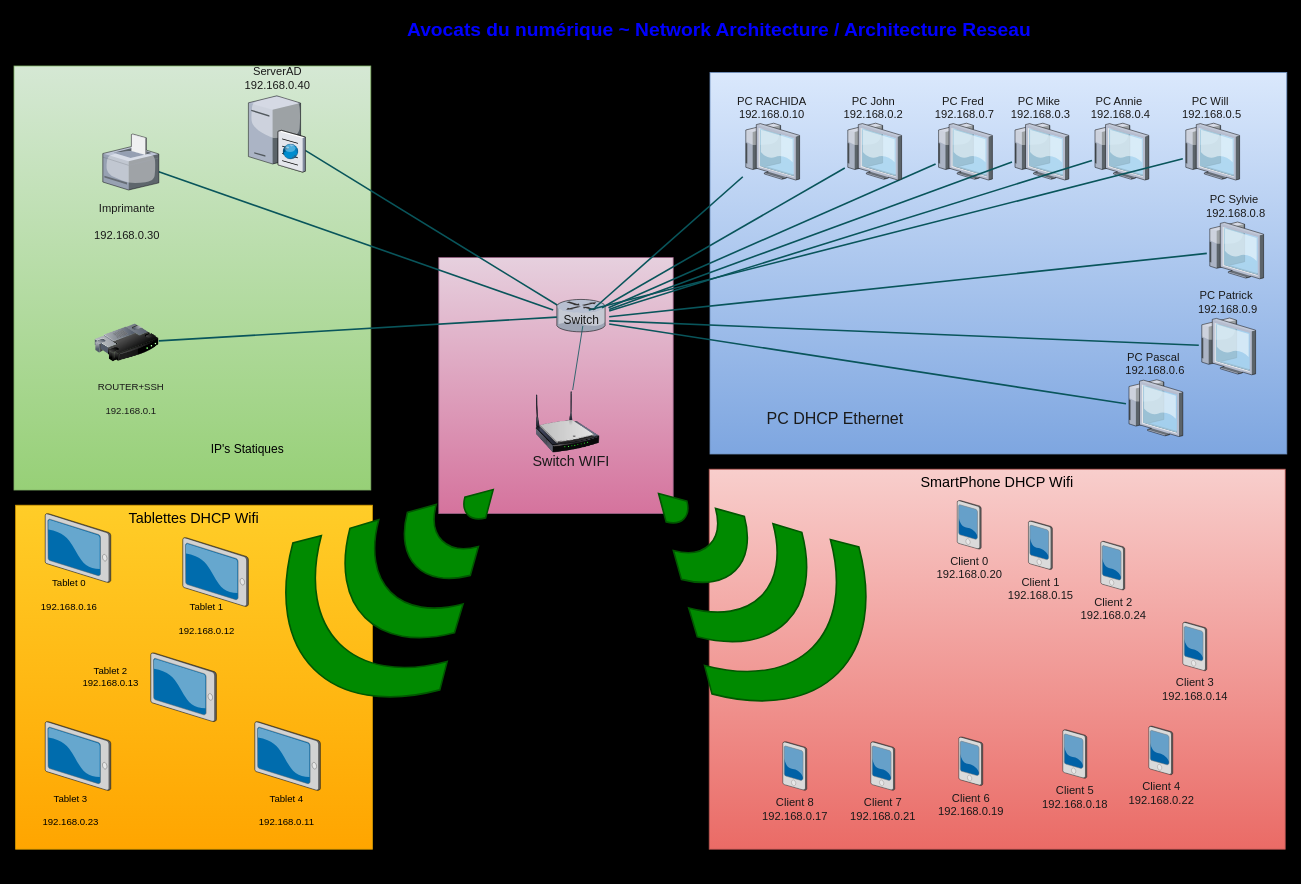
Before: Diagramme sans nom.drawio in OCR-GRLD/OCR-GRLD, a draw.io diagram. Source tidied: cells renumbered, new cells numbered last; positions are measured from the earlier drawing's top-left corner, leaving out a move shared by most shapes. Both pictures are drawn from the tidied source at 80%, with x=0, y=0 at pixel (14, 14).
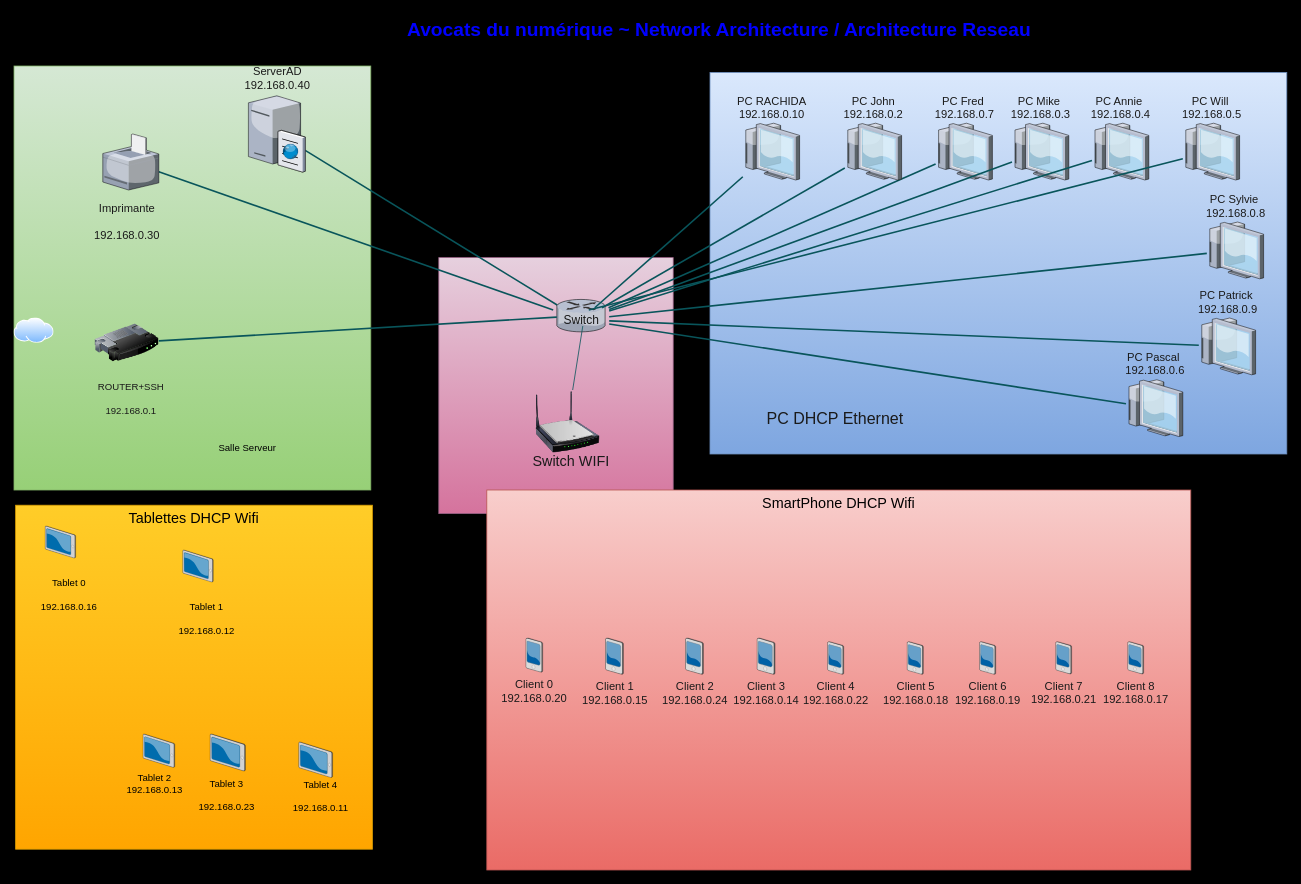
Above is the later version.

Commit message:
Mettre à jour Diagramme sans nom_01.drawio

Diff of the diagram source:
```diff
@@
     <mxCell id="5" value="&lt;font style=&quot;font-size: 18px;&quot;&gt;SmartPhone DHCP Wifi&lt;/font&gt;" style="whiteSpace=wrap;html=1;fontSize=14;verticalAlign=top;labelBackgroundColor=none;rounded=0;fillColor=#f8cecc;strokeColor=#b85450;gradientColor=#ea6b66;" parent="1" vertex="1">
-      <mxGeometry x="869" y="569" width="720" height="475" as="geometry" />
+      <mxGeometry x="591" y="595" width="880" height="475" as="geometry" />
     </mxCell>
@@
     <mxCell id="26" value="&lt;div&gt;Client 6&lt;/div&gt;&lt;div&gt;192.168.0.19&lt;/div&gt;" style="verticalLabelPosition=bottom;html=1;verticalAlign=top;strokeColor=none;shape=mxgraph.citrix.pda;fontSize=14;labelBackgroundColor=none;rounded=0;fillColor=#FAD9D5;fontColor=#1A1A1A;" parent="1" vertex="1">
-      <mxGeometry x="1181" y="903.5" width="30" height="61" as="geometry" />
+      <mxGeometry x="1207" y="784.5" width="20.2" height="41" as="geometry" />
     </mxCell>
     <mxCell id="27" value="&lt;div&gt;Client 0&lt;/div&gt;&lt;div&gt;192.168.0.20&lt;br&gt;&lt;/div&gt;" style="verticalLabelPosition=bottom;html=1;verticalAlign=top;strokeColor=none;shape=mxgraph.citrix.pda;fontSize=14;labelBackgroundColor=none;rounded=0;fillColor=#FAD9D5;fontColor=#1A1A1A;" parent="1" vertex="1">
-      <mxGeometry x="1179" y="608" width="30" height="61" as="geometry" />
+      <mxGeometry x="639.9" y="780" width="21" height="42.8" as="geometry" />
     </mxCell>
     <mxCell id="28" value="&lt;div&gt;Client 7&lt;/div&gt;&lt;div&gt;192.168.0.21&lt;/div&gt;" style="verticalLabelPosition=bottom;html=1;verticalAlign=top;strokeColor=none;shape=mxgraph.citrix.pda;fontSize=14;labelBackgroundColor=none;rounded=0;fillColor=#FAD9D5;fontColor=#1A1A1A;" parent="1" vertex="1">
-      <mxGeometry x="1071" y="909.5" width="30" height="61" as="geometry" />
+      <mxGeometry x="1302.2" y="784.5" width="19.9" height="40.5" as="geometry" />
     </mxCell>
     <mxCell id="29" value="&lt;div&gt;Client 2&lt;/div&gt;&lt;div&gt;192.168.0.24&lt;/div&gt;" style="verticalLabelPosition=bottom;html=1;verticalAlign=top;strokeColor=none;shape=mxgraph.citrix.pda;fontSize=14;labelBackgroundColor=none;rounded=0;fillColor=#FAD9D5;fontColor=#1A1A1A;" parent="1" vertex="1">
-      <mxGeometry x="1358.5" y="659" width="30" height="61" as="geometry" />
+      <mxGeometry x="839.4" y="780" width="22.4" height="45.5" as="geometry" />
     </mxCell>
     <mxCell id="30" value="&lt;div&gt;Client 4&lt;/div&gt;&lt;div&gt;192.168.0.22&lt;/div&gt;" style="verticalLabelPosition=bottom;html=1;verticalAlign=top;strokeColor=none;shape=mxgraph.citrix.pda;fontSize=14;labelBackgroundColor=none;rounded=0;fillColor=#FAD9D5;fontColor=#1A1A1A;" parent="1" vertex="1">
-      <mxGeometry x="1418.5" y="890" width="30" height="61" as="geometry" />
+      <mxGeometry x="1017" y="784.5" width="20.2" height="41" as="geometry" />
     </mxCell>
     <mxCell id="31" value="&lt;div&gt;Client 8&lt;/div&gt;&lt;div&gt;192.168.0.17&lt;/div&gt;" style="verticalLabelPosition=bottom;html=1;verticalAlign=top;strokeColor=none;shape=mxgraph.citrix.pda;fontSize=14;labelBackgroundColor=none;rounded=0;fillColor=#FAD9D5;fontColor=#1A1A1A;" parent="1" vertex="1">
-      <mxGeometry x="961" y="909.5" width="30" height="61" as="geometry" />
+      <mxGeometry x="1392.2" y="784.5" width="19.9" height="40.5" as="geometry" />
     </mxCell>
     <mxCell id="32" value="&lt;div&gt;Client 5&lt;/div&gt;&lt;div&gt;192.168.0.18&lt;/div&gt;" style="verticalLabelPosition=bottom;html=1;verticalAlign=top;strokeColor=none;shape=mxgraph.citrix.pda;fontSize=14;labelBackgroundColor=none;rounded=0;fillColor=#FAD9D5;fontColor=#1A1A1A;" parent="1" vertex="1">
-      <mxGeometry x="1311" y="894.5" width="30" height="61" as="geometry" />
+      <mxGeometry x="1116.5" y="784.5" width="20.2" height="41" as="geometry" />
     </mxCell>
     <mxCell id="33" value="&lt;div&gt;Client 1&lt;/div&gt;&lt;div&gt;192.168.0.15&lt;/div&gt;" style="verticalLabelPosition=bottom;html=1;verticalAlign=top;strokeColor=none;shape=mxgraph.citrix.pda;fontSize=14;labelBackgroundColor=none;rounded=0;fillColor=#FAD9D5;fontColor=#1A1A1A;" parent="1" vertex="1">
-      <mxGeometry x="1268" y="633.5" width="30" height="61" as="geometry" />
+      <mxGeometry x="739.4" y="780" width="22.4" height="45.5" as="geometry" />
     </mxCell>
     <mxCell id="34" value="&lt;div&gt;Client 3&lt;/div&gt;&lt;div&gt;192.168.0.14&lt;br&gt;&lt;/div&gt;" style="verticalLabelPosition=bottom;html=1;verticalAlign=top;strokeColor=none;shape=mxgraph.citrix.pda;fontSize=14;labelBackgroundColor=none;rounded=0;fillColor=#FAD9D5;fontColor=#1A1A1A;" parent="1" vertex="1">
-      <mxGeometry x="1461" y="760" width="30" height="61" as="geometry" />
+      <mxGeometry x="928.9" y="780" width="22.4" height="45.5" as="geometry" />
     </mxCell>
@@
-    <mxCell id="47" style="html=1;verticalLabelPosition=bottom;align=center;labelBackgroundColor=none;verticalAlign=top;strokeWidth=2;shadow=0;dashed=0;shape=mxgraph.ios7.icons.wifi;rotation=-225;rounded=0;fillColor=#008a00;strokeColor=#005700;fontColor=#ffffff;" parent="1" vertex="1">
-      <mxGeometry x="788" y="553" width="259.7" height="317.2" as="geometry" />
-    </mxCell>
-    <mxCell id="48" style="verticalLabelPosition=bottom;html=1;verticalAlign=top;strokeColor=none;align=center;shape=mxgraph.citrix.tablet_2;labelBackgroundColor=none;rounded=0;fillColor=#FAD9D5;fontColor=#1A1A1A;" parent="1" vertex="1">
-      <mxGeometry x="39" y="884.5" width="82" height="86" as="geometry" />
-    </mxCell>
     <mxCell id="49" style="verticalLabelPosition=bottom;html=1;verticalAlign=top;strokeColor=none;align=center;shape=mxgraph.citrix.tablet_2;labelBackgroundColor=none;rounded=0;fillColor=#FAD9D5;fontColor=#1A1A1A;" parent="1" vertex="1">
-      <mxGeometry x="211" y="654.5" width="82" height="86" as="geometry" />
+      <mxGeometry x="211" y="670" width="38.1" height="40" as="geometry" />
     </mxCell>
     <mxCell id="50" style="verticalLabelPosition=bottom;html=1;verticalAlign=top;strokeColor=none;align=center;shape=mxgraph.citrix.tablet_2;labelBackgroundColor=none;rounded=0;fillColor=#FAD9D5;fontColor=#1A1A1A;" parent="1" vertex="1">
-      <mxGeometry x="39" y="624.5" width="82" height="86" as="geometry" />
+      <mxGeometry x="39" y="640" width="38.1" height="40" as="geometry" />
     </mxCell>
-    <mxCell id="51" style="verticalLabelPosition=bottom;html=1;verticalAlign=top;strokeColor=none;align=center;shape=mxgraph.citrix.tablet_2;labelBackgroundColor=none;rounded=0;fillColor=#FAD9D5;fontColor=#1A1A1A;" parent="1" vertex="1">
-      <mxGeometry x="171" y="798.5" width="82" height="86" as="geometry" />
-    </mxCell>
-    <mxCell id="52" style="verticalLabelPosition=bottom;html=1;verticalAlign=top;strokeColor=none;align=center;shape=mxgraph.citrix.tablet_2;labelBackgroundColor=none;rounded=0;fillColor=#FAD9D5;fontColor=#1A1A1A;" parent="1" vertex="1">
-      <mxGeometry x="301" y="884.5" width="82" height="86" as="geometry" />
-    </mxCell>
-    <mxCell id="53" style="html=1;verticalLabelPosition=bottom;align=center;labelBackgroundColor=none;verticalAlign=top;strokeWidth=2;shadow=0;dashed=0;shape=mxgraph.ios7.icons.wifi;rotation=-135;rounded=0;fillColor=#008a00;strokeColor=#005700;fontColor=#ffffff;" parent="1" vertex="1">
-      <mxGeometry x="357" y="548" width="259.7" height="317.2" as="geometry" />
-    </mxCell>
@@
+    <mxCell id="61" value="Salle Serveur" style="text;html=1;strokeColor=none;fillColor=none;align=center;verticalAlign=middle;whiteSpace=wrap;rounded=0;" parent="1" vertex="1">
+      <mxGeometry x="233" y="528" width="118" height="30" as="geometry" />
+    </mxCell>
+    <mxCell id="62" style="group;" parent="1" vertex="1">
+      <mxGeometry x="241" y="900" width="50" height="90" as="geometry" />
+    </mxCell>
+    <mxCell id="48" style="verticalLabelPosition=bottom;html=1;verticalAlign=top;strokeColor=none;align=center;shape=mxgraph.citrix.tablet_2;labelBackgroundColor=none;rounded=0;fillColor=#FAD9D5;fontColor=#1A1A1A;" parent="62" vertex="1">
+      <mxGeometry x="4.2" width="44.1" height="46.2" as="geometry" />
+    </mxCell>
+    <mxCell id="59" value="&lt;div&gt;Tablet 3&lt;/div&gt;&lt;div&gt;&lt;br&gt;&lt;/div&gt;&lt;div&gt;&lt;div&gt;192.168.0.23&lt;/div&gt;&lt;/div&gt;" style="text;html=1;strokeColor=none;fillColor=none;align=center;verticalAlign=middle;whiteSpace=wrap;rounded=0;" parent="62" vertex="1">
+      <mxGeometry y="63" width="50" height="27" as="geometry" />
+    </mxCell>
+    <mxCell id="63" style="group;" parent="1" vertex="1">
+      <mxGeometry x="356" y="910" width="55" height="80" as="geometry" />
+    </mxCell>
+    <mxCell id="52" style="verticalLabelPosition=bottom;html=1;verticalAlign=top;strokeColor=none;align=center;shape=mxgraph.citrix.tablet_2;labelBackgroundColor=none;rounded=0;fillColor=#FAD9D5;fontColor=#1A1A1A;" parent="63" vertex="1">
+      <mxGeometry width="42.3" height="44.4" as="geometry" />
+    </mxCell>
+    <mxCell id="60" value="&lt;div&gt;Tablet 4&lt;/div&gt;&lt;div&gt;&lt;br&gt;&lt;/div&gt;&lt;div&gt;&lt;div&gt;192.168.0.11&lt;/div&gt;&lt;/div&gt;" style="text;html=1;strokeColor=none;fillColor=none;align=center;verticalAlign=middle;whiteSpace=wrap;rounded=0;" parent="63" vertex="1">
+      <mxGeometry y="56" width="55" height="24" as="geometry" />
+    </mxCell>
+    <mxCell id="64" style="group;" parent="1" vertex="1">
+      <mxGeometry x="151" y="900" width="50" height="75.5" as="geometry" />
+    </mxCell>
+    <mxCell id="51" style="verticalLabelPosition=bottom;html=1;verticalAlign=top;strokeColor=none;align=center;shape=mxgraph.citrix.tablet_2;labelBackgroundColor=none;rounded=0;fillColor=#FAD9D5;fontColor=#1A1A1A;" parent="64" vertex="1">
+      <mxGeometry x="10.3" width="39.7" height="41.7" as="geometry" />
+    </mxCell>
-    <mxCell id="58" value="&lt;div&gt;Tablet 2&lt;/div&gt;&lt;div&gt;&lt;div&gt;192.168.0.13&lt;/div&gt;&lt;/div&gt;" style="text;html=1;strokeColor=none;fillColor=none;align=center;verticalAlign=middle;whiteSpace=wrap;rounded=0;" parent="1" vertex="1">
-      <mxGeometry x="91" y="814" width="60" height="30" as="geometry" />
+    <mxCell id="58" value="&lt;div&gt;Tablet 2&lt;/div&gt;&lt;div&gt;&lt;div&gt;192.168.0.13&lt;/div&gt;&lt;/div&gt;" style="text;html=1;strokeColor=none;fillColor=none;align=center;verticalAlign=middle;whiteSpace=wrap;rounded=0;" parent="64" vertex="1">
+      <mxGeometry y="49" width="50" height="26.5" as="geometry" />
     </mxCell>
-    <mxCell id="59" value="&lt;div&gt;Tablet 3&lt;/div&gt;&lt;div&gt;&lt;br&gt;&lt;/div&gt;&lt;div&gt;&lt;div&gt;192.168.0.23&lt;/div&gt;&lt;/div&gt;" style="text;html=1;strokeColor=none;fillColor=none;align=center;verticalAlign=middle;whiteSpace=wrap;rounded=0;" parent="1" vertex="1">
-      <mxGeometry x="41" y="980" width="60" height="30" as="geometry" />
-    </mxCell>
-    <mxCell id="60" value="&lt;div&gt;Tablet 4&lt;/div&gt;&lt;div&gt;&lt;br&gt;&lt;/div&gt;&lt;div&gt;&lt;div&gt;192.168.0.11&lt;/div&gt;&lt;/div&gt;" style="text;html=1;strokeColor=none;fillColor=none;align=center;verticalAlign=middle;whiteSpace=wrap;rounded=0;" parent="1" vertex="1">
-      <mxGeometry x="311" y="980" width="60" height="30" as="geometry" />
-    </mxCell>
-    <mxCell id="61" value="&lt;font style=&quot;font-size: 15px;&quot;&gt;IP's Statiques&lt;/font&gt;" style="text;html=1;strokeColor=none;fillColor=none;align=center;verticalAlign=middle;whiteSpace=wrap;rounded=0;" parent="1" vertex="1">
-      <mxGeometry x="233" y="528" width="118" height="30" as="geometry" />
-    </mxCell>
+    <mxCell id="65" style="image;perimeter=ellipsePerimeter;html=1;align=center;shadow=0;dashed=0;spacingTop=3;image=img/lib/active_directory/internet_cloud.svg;" parent="1" vertex="1">
+      <mxGeometry y="380" width="50" height="31.5" as="geometry" />
+    </mxCell>
```
